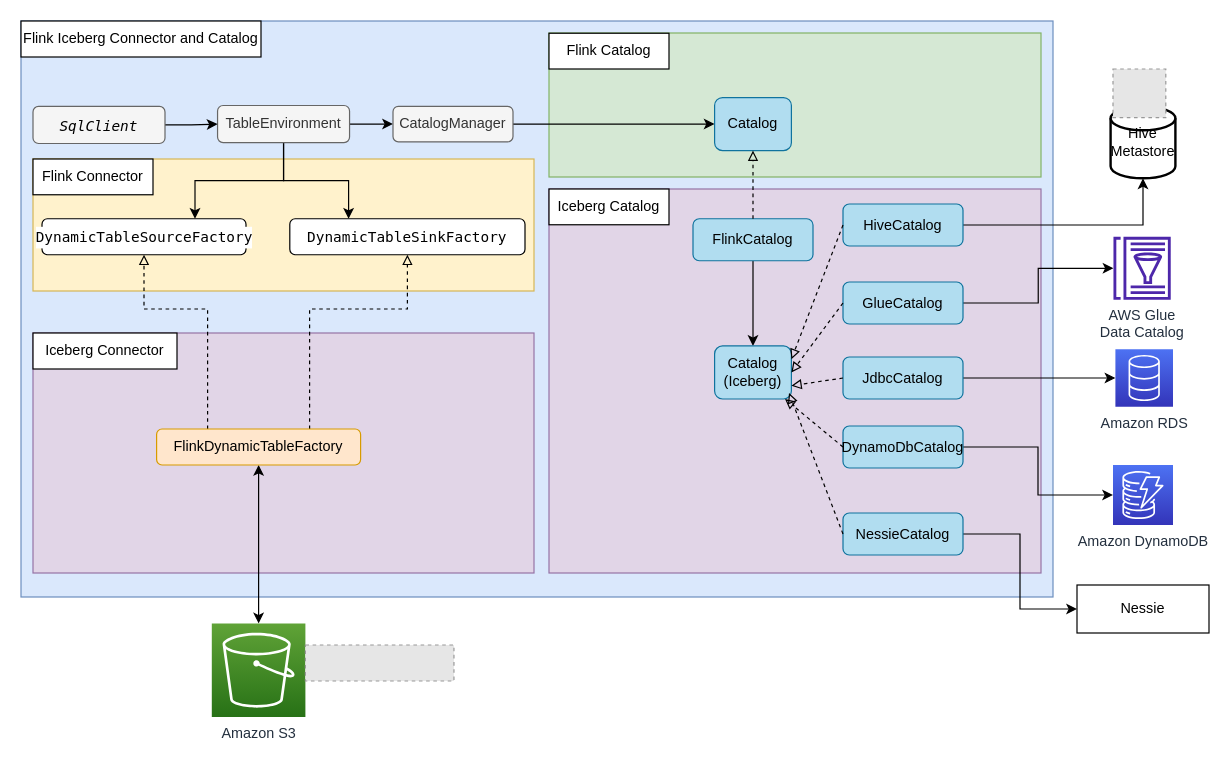
This is Flink Iceberg Glue Architecture.drawio from leejianwei/aws-diagram, a draw.io file, before an edit. Source tidied: cells renumbered, new cells numbered last; positions are measured from the earlier drawing's top-left corner, leaving out a move shared by most shapes. Both pictures are drawn from the tidied source at 120%, with x=0, y=0 at pixel (20, 20). Pictures stored in the file or linked from it are replaced by grey dashed boxes.
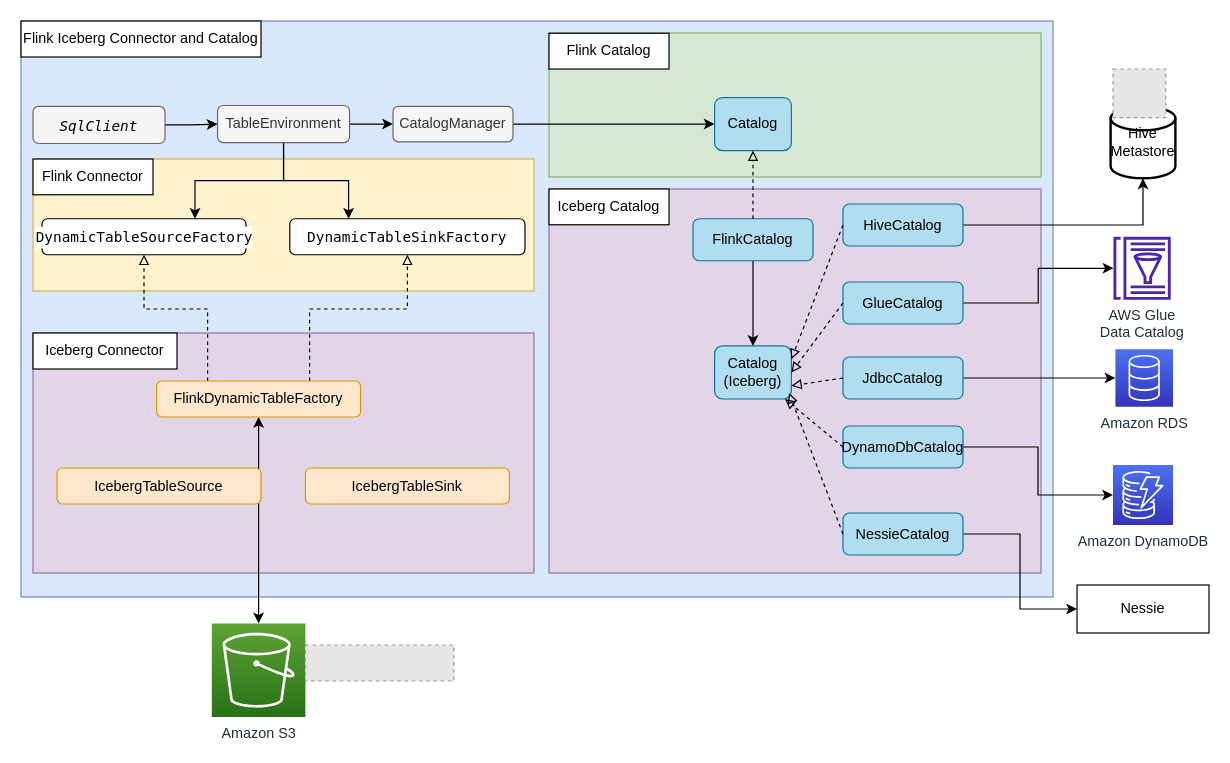
After the change.

Change to the diagram source:
```diff
@@
     <mxCell id="24" value="FlinkDynamicTableFactory" style="rounded=1;whiteSpace=wrap;strokeColor=#d79b00;labelBackgroundColor=none;fillColor=#ffe6cc;" parent="1" vertex="1">
-      <mxGeometry x="113" y="340" width="170" height="30" as="geometry" />
+      <mxGeometry x="113" y="300" width="170" height="30" as="geometry" />
     </mxCell>
@@
+    <mxCell id="54" value="IcebergTableSource" style="rounded=1;whiteSpace=wrap;strokeColor=#d79b00;labelBackgroundColor=none;fillColor=#ffe6cc;" parent="1" vertex="1">
+      <mxGeometry x="30" y="372.5" width="170" height="30" as="geometry" />
+    </mxCell>
+    <mxCell id="55" value="IcebergTableSink" style="rounded=1;whiteSpace=wrap;strokeColor=#d79b00;labelBackgroundColor=none;fillColor=#ffe6cc;" parent="1" vertex="1">
+      <mxGeometry x="237" y="372.5" width="170" height="30" as="geometry" />
+    </mxCell>
```
